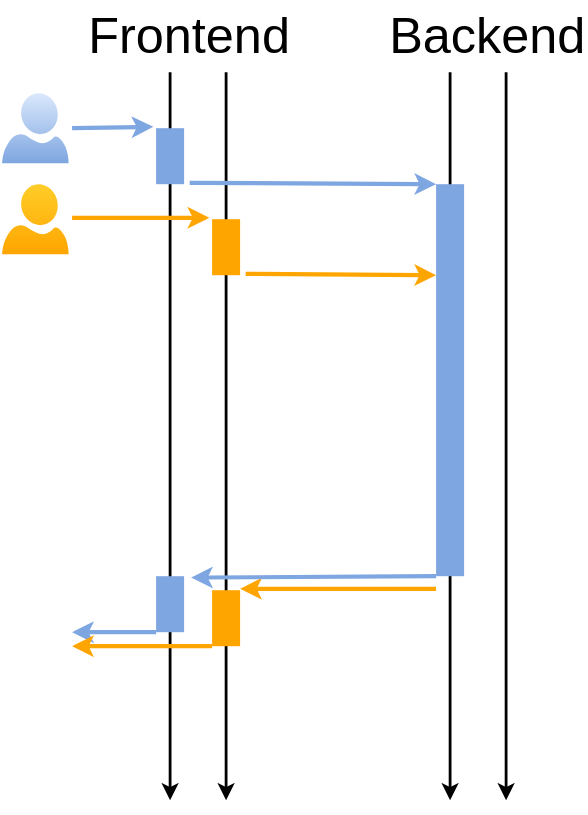
Before: images/batching.svg, a diagram exported from draw.io (Zhigalov/frontend-fellows-cache-kz). Source tidied: cells renumbered, new cells last; positions are measured from the earlier drawing's top-left corner, leaving out a move shared by most shapes.
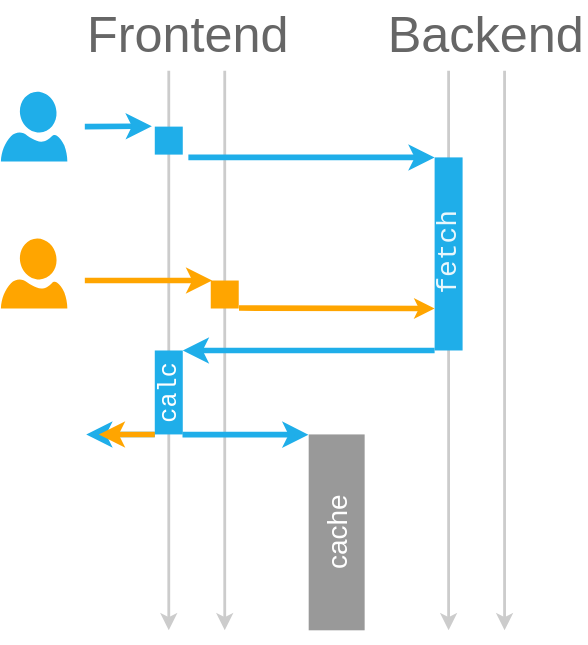
After the change.

The edit, as a diff of the source:
```diff
@@ -2,97 +2,100 @@
   <root>
     <mxCell id="0" />
     <mxCell id="1" parent="0" />
-    <mxCell id="2" style="endArrow=classic;html=1;strokeWidth=2;fontSize=23;" parent="1" edge="1">
-      <mxGeometry x="240" y="160" as="geometry">
-        <mxPoint x="160" y="50" as="sourcePoint" />
-        <mxPoint x="160" y="570" as="targetPoint" />
-      </mxGeometry>
-    </mxCell>
+    <mxCell id="23" style="endArrow=classic;html=1;strokeWidth=2;fontSize=23;strokeColor=#CCCCCC;" parent="1" edge="1">
+      <mxGeometry x="240" y="160" as="geometry">
+        <mxPoint x="160" y="50" as="sourcePoint" />
+        <mxPoint x="160" y="450" as="targetPoint" />
+      </mxGeometry>
+    </mxCell>
+    <mxCell id="24" style="endArrow=classic;html=1;strokeWidth=2;fontSize=23;strokeColor=#CCCCCC;" parent="1" edge="1">
+      <mxGeometry x="440" y="160" as="geometry">
+        <mxPoint x="360" y="50" as="sourcePoint" />
+        <mxPoint x="360" y="450" as="targetPoint" />
+      </mxGeometry>
+    </mxCell>
-    <mxCell id="3" style="endArrow=classic;html=1;strokeWidth=3;fontSize=23;entryX=-0.1;entryY=-0.025;entryPerimeter=0;plain-blue;strokeColor=#7EA6E0;" parent="1" edge="1" target="7">
+    <mxCell id="3" style="endArrow=classic;html=1;strokeWidth=4;fontSize=23;entryX=-0.1;entryY=-0.025;entryPerimeter=0;plain-blue;strokeColor=#1FAEE9;" parent="1" edge="1" target="7">
       <mxGeometry relative="1" as="geometry">
-        <mxPoint x="50" y="90" as="sourcePoint" />
+        <mxPoint x="60" y="90" as="sourcePoint" />
       </mxGeometry>
     </mxCell>
-    <mxCell id="4" style="endArrow=classic;html=1;strokeWidth=2;fontSize=23;" parent="1" edge="1">
+    <mxCell id="4" style="endArrow=classic;html=1;strokeWidth=2;fontSize=23;strokeColor=#CCCCCC;" parent="1" edge="1">
       <mxGeometry relative="1" as="geometry">
         <mxPoint x="120" y="50" as="sourcePoint" />
-        <mxPoint x="120" y="570" as="targetPoint" />
+        <mxPoint x="120" y="450" as="targetPoint" />
       </mxGeometry>
     </mxCell>
-    <mxCell id="5" value="Frontend" style="text;html=1;align=left;verticalAlign=top;spacingTop=-4;fontSize=36;" parent="1" vertex="1">
+    <mxCell id="5" value="Frontend" style="text;html=1;align=left;verticalAlign=top;spacingTop=-4;fontSize=36;fontColor=#666666;" parent="1" vertex="1">
       <mxGeometry x="60" width="160" height="40" as="geometry" />
     </mxCell>
-    <mxCell id="6" value="Backend" style="text;html=1;align=left;verticalAlign=top;spacingTop=-4;fontSize=36;" parent="1" vertex="1">
+    <mxCell id="6" value="Backend" style="text;html=1;align=left;verticalAlign=top;spacingTop=-4;fontSize=36;fontColor=#666666;" parent="1" vertex="1">
       <mxGeometry x="275" width="110" height="30" as="geometry" />
     </mxCell>
-    <mxCell id="7" style="whiteSpace=wrap;html=1;strokeWidth=1;fontSize=23;plain-blue;strokeColor=none;gradientColor=none;fillColor=#7EA6E0;" parent="1" vertex="1">
-      <mxGeometry x="110" y="90" width="20" height="40" as="geometry" />
+    <mxCell id="7" style="whiteSpace=wrap;html=1;strokeWidth=1;fontSize=23;plain-blue;strokeColor=none;gradientColor=none;fillColor=#1faee9;" parent="1" vertex="1">
+      <mxGeometry x="110" y="90" width="20" height="20" as="geometry" />
     </mxCell>
-    <mxCell id="8" style="verticalLabelPosition=bottom;html=1;verticalAlign=top;shape=mxgraph.azure.user;fontSize=23;plain-blue;strokeColor=none;" parent="1" vertex="1">
+    <mxCell id="8" style="verticalLabelPosition=bottom;html=1;verticalAlign=top;shape=mxgraph.azure.user;fontSize=23;plain-blue;strokeColor=none;gradientColor=none;fillColor=#1faee9;" parent="1" vertex="1">
       <mxGeometry y="65" width="47.5" height="50" as="geometry" />
     </mxCell>
-    <mxCell id="9" style="endArrow=classic;html=1;strokeWidth=2;fontSize=23;" parent="1" edge="1">
+    <mxCell id="9" style="endArrow=classic;html=1;strokeWidth=2;fontSize=23;strokeColor=#CCCCCC;" parent="1" edge="1">
       <mxGeometry x="400" y="160" as="geometry">
         <mxPoint x="320" y="50" as="sourcePoint" />
-        <mxPoint x="320" y="570" as="targetPoint" />
+        <mxPoint x="320" y="450" as="targetPoint" />
       </mxGeometry>
     </mxCell>
-    <mxCell id="10" style="endArrow=classic;html=1;strokeWidth=2;fontSize=23;" parent="1" edge="1">
-      <mxGeometry x="440" y="160" as="geometry">
-        <mxPoint x="360" y="50" as="sourcePoint" />
-        <mxPoint x="360" y="570" as="targetPoint" />
-      </mxGeometry>
-    </mxCell>
-    <mxCell id="11" style="endArrow=classic;html=1;strokeWidth=3;fontSize=23;exitX=1.2;exitY=0.975;exitPerimeter=0;plain-blue;strokeColor=#7EA6E0;" parent="1" edge="1" source="7">
+    <mxCell id="11" style="endArrow=classic;html=1;strokeWidth=4;fontSize=23;plain-blue;strokeColor=#1FAEE9;" parent="1" edge="1">
       <mxGeometry x="140" y="209" as="geometry">
-        <mxPoint x="310" y="130" as="targetPoint" />
+        <mxPoint x="134" y="112" as="sourcePoint" />
+        <mxPoint x="310" y="112" as="targetPoint" />
       </mxGeometry>
     </mxCell>
-    <mxCell id="12" style="whiteSpace=wrap;html=1;strokeWidth=1;fontSize=23;plain-blue;fillColor=#7EA6E0;gradientColor=none;strokeColor=none;" parent="1" vertex="1">
-      <mxGeometry x="310" y="130" width="20" height="280" as="geometry" />
+    <mxCell id="12" value="&lt;p&gt;fetch&lt;/p&gt;" style="strokeWidth=1;fontSize=20;plain-blue;fillColor=#1faee9;gradientColor=none;strokeColor=none;horizontal=0;fontColor=#FFFFFF;fontStyle=0;spacingTop=0;spacing=2;whiteSpace=wrap;html=1;labelBorderColor=none;labelBackgroundColor=none;fontFamily=Courier New;textOpacity=90;" parent="1" vertex="1">
+      <mxGeometry x="310" y="112" width="20" height="138" as="geometry" />
     </mxCell>
-    <mxCell id="13" style="whiteSpace=wrap;html=1;strokeWidth=1;fontSize=23;plain-blue;fillColor=#7EA6E0;gradientColor=none;strokeColor=none;" parent="1" vertex="1">
-      <mxGeometry x="110" y="410" width="20" height="40" as="geometry" />
+    <mxCell id="13" value="calc" style="whiteSpace=wrap;html=1;strokeWidth=1;fontSize=18;plain-blue;fillColor=#1faee9;gradientColor=none;strokeColor=none;horizontal=0;fontFamily=Courier New;fontStyle=0;fontColor=#FFFFFF;" parent="1" vertex="1">
+      <mxGeometry x="110" y="250" width="20" height="60" as="geometry" />
     </mxCell>
+    <mxCell id="22" style="endArrow=classic;html=1;strokeWidth=4;fontSize=23;plain-blue;strokeColor=#1FAEE9;" parent="1" edge="1">
+      <mxGeometry x="150" y="219" as="geometry">
+        <mxPoint x="310" y="250" as="sourcePoint" />
+        <mxPoint x="130" y="250" as="targetPoint" />
+      </mxGeometry>
+    </mxCell>
-    <mxCell id="14" style="endArrow=classic;html=1;strokeWidth=3;fontSize=23;exitX=0;exitY=1;exitPerimeter=0;plain-blue;strokeColor=#7EA6E0;" parent="1" edge="1" source="13">
-      <mxGeometry x="140" y="209" as="geometry">
-        <mxPoint x="50" y="450" as="targetPoint" />
+    <mxCell id="14" style="endArrow=classic;html=1;strokeWidth=4;fontSize=23;plain-blue;strokeColor=#1FAEE9;" parent="1" edge="1">
+      <mxGeometry x="141" y="49" as="geometry">
+        <mxPoint x="110" y="310" as="sourcePoint" />
+        <mxPoint x="61" y="310" as="targetPoint" />
       </mxGeometry>
     </mxCell>
-    <mxCell id="15" style="endArrow=classic;html=1;strokeWidth=3;fontSize=23;entryX=-0.1;entryY=-0.025;entryPerimeter=0;plain-orange;strokeColor=#FFA500;" parent="1" edge="1" target="16">
-      <mxGeometry x="170" y="264" as="geometry">
-        <mxPoint x="50" y="154" as="sourcePoint" />
-      </mxGeometry>
-    </mxCell>
-    <mxCell id="16" style="whiteSpace=wrap;html=1;strokeWidth=1;fontSize=23;plain-orange;gradientColor=none;fillColor=#FFA500;strokeColor=none;" parent="1" vertex="1">
-      <mxGeometry x="150" y="155" width="20" height="40" as="geometry" />
-    </mxCell>
-    <mxCell id="17" style="verticalLabelPosition=bottom;html=1;verticalAlign=top;shape=mxgraph.azure.user;fontSize=23;plain-orange;strokeColor=none;" parent="1" vertex="1">
-      <mxGeometry y="130" width="47.5" height="50" as="geometry" />
-    </mxCell>
-    <mxCell id="18" style="endArrow=classic;html=1;strokeWidth=3;fontSize=23;exitX=1.2;exitY=0.975;exitPerimeter=0;plain-orange;strokeColor=#FFA500;" parent="1" edge="1" source="16">
-      <mxGeometry x="180" y="274" as="geometry">
-        <mxPoint x="310" y="195" as="targetPoint" />
-      </mxGeometry>
-    </mxCell>
-    <mxCell id="19" style="endArrow=classic;html=1;strokeWidth=3;fontSize=23;plain-orange;strokeColor=#FFA500;" parent="1" edge="1">
-      <mxGeometry x="190" y="293" as="geometry">
-        <mxPoint x="310" y="419" as="sourcePoint" />
-        <mxPoint x="170" y="419" as="targetPoint" />
-      </mxGeometry>
-    </mxCell>
-    <mxCell id="20" style="endArrow=classic;html=1;strokeWidth=3;fontSize=23;exitX=0;exitY=1;exitPerimeter=0;plain-orange;strokeColor=#FFA500;" parent="1" edge="1" source="21">
-      <mxGeometry x="180" y="274" as="geometry">
-        <mxPoint x="50" y="460" as="targetPoint" />
-      </mxGeometry>
-    </mxCell>
-    <mxCell id="21" style="whiteSpace=wrap;html=1;strokeWidth=1;fontSize=23;plain-orange;gradientColor=none;fillColor=#FFA500;strokeColor=none;" parent="1" vertex="1">
-      <mxGeometry x="150" y="420" width="20" height="40" as="geometry" />
-    </mxCell>
-    <mxCell id="22" style="endArrow=classic;html=1;strokeWidth=3;fontSize=23;entryX=1.25;entryY=0.025;entryPerimeter=0;plain-blue;strokeColor=#7EA6E0;" parent="1" edge="1" target="13">
-      <mxGeometry x="150" y="219" as="geometry">
-        <mxPoint x="310" y="410" as="sourcePoint" />
-      </mxGeometry>
-    </mxCell>
+    <mxCell id="25" style="verticalLabelPosition=bottom;html=1;verticalAlign=top;shape=mxgraph.azure.user;fontSize=23;plain-blue;strokeColor=none;gradientColor=none;fillColor=#ffa500;fontColor=#FF2400;" parent="1" vertex="1">
+      <mxGeometry y="170" width="47.5" height="50" as="geometry" />
+    </mxCell>
+    <mxCell id="26" style="endArrow=classic;html=1;strokeWidth=4;fontSize=23;plain-blue;strokeColor=#FFA500;" parent="1" edge="1">
+      <mxGeometry x="140" y="479.7" as="geometry">
+        <mxPoint x="60" y="200" as="sourcePoint" />
+        <mxPoint x="151" y="200" as="targetPoint" />
+      </mxGeometry>
+    </mxCell>
+    <mxCell id="27" value="cache" style="whiteSpace=wrap;strokeWidth=1;fontSize=20;plain-blue;strokeColor=none;gradientColor=none;fillColor=#999999;horizontal=0;fontColor=#FFFFFF;labelBackgroundColor=none;fontStyle=0;" parent="1" vertex="1">
+      <mxGeometry x="220" y="310" width="40" height="140" as="geometry" />
+    </mxCell>
+    <mxCell id="28" style="endArrow=classic;html=1;strokeWidth=4;fontSize=23;plain-blue;strokeColor=#FFA500;" parent="1" edge="1">
+      <mxGeometry x="180" y="399.7" as="geometry">
+        <mxPoint x="110" y="310" as="sourcePoint" />
+        <mxPoint x="70" y="310" as="targetPoint" />
+      </mxGeometry>
+    </mxCell>
+    <mxCell id="29" style="whiteSpace=wrap;html=1;strokeWidth=1;fontSize=23;plain-blue;strokeColor=none;gradientColor=none;fillColor=#ffa500;" parent="1" vertex="1">
+      <mxGeometry x="150" y="200" width="20" height="20" as="geometry" />
+    </mxCell>
+    <mxCell id="30" style="endArrow=classic;html=1;strokeWidth=4;fontSize=23;plain-blue;strokeColor=#1FAEE9;exitX=0.99;exitY=1.002;exitPerimeter=0;entryX=0;entryY=0.001;entryPerimeter=0;" parent="1" edge="1" source="13" target="27">
+      <mxGeometry x="151" y="59" as="geometry" />
+    </mxCell>
+    <mxCell id="31" style="endArrow=classic;html=1;strokeWidth=4;fontSize=23;plain-blue;strokeColor=#FFA500;endSize=2;exitX=1.11;exitY=0.994;exitPerimeter=0;" parent="1" edge="1">
+      <mxGeometry x="152" y="487.7" as="geometry">
+        <mxPoint x="170.2" y="219.7" as="sourcePoint" />
+        <mxPoint x="310" y="220" as="targetPoint" />
+      </mxGeometry>
+    </mxCell>
   </root>
 </mxGraphModel>
```
